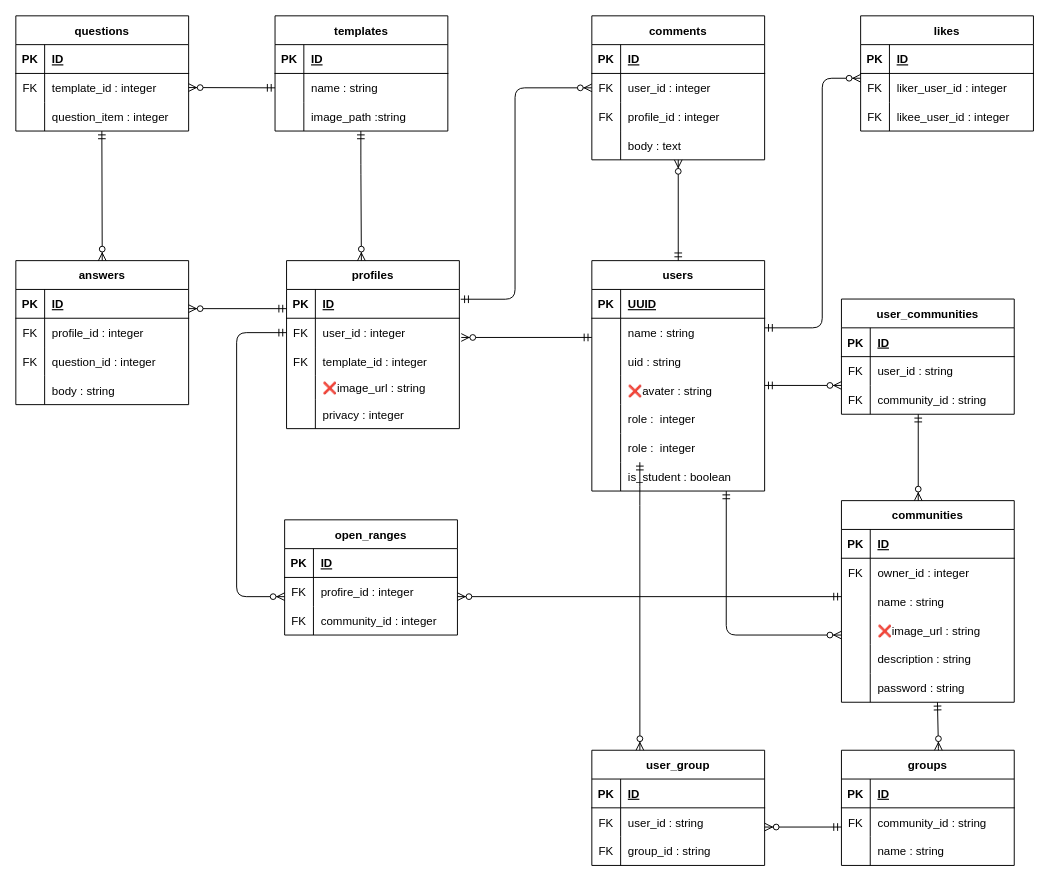
Before: kadai/ER_ver2.drawio in mitsu30/Read_me_backend, a draw.io diagram. Source tidied: cells renumbered, new cells numbered last; positions are measured from the earlier drawing's top-left corner, leaving out a move shared by most shapes. Both pictures are drawn from the tidied source at 96%, with x=0, y=0 at pixel (15, 15).
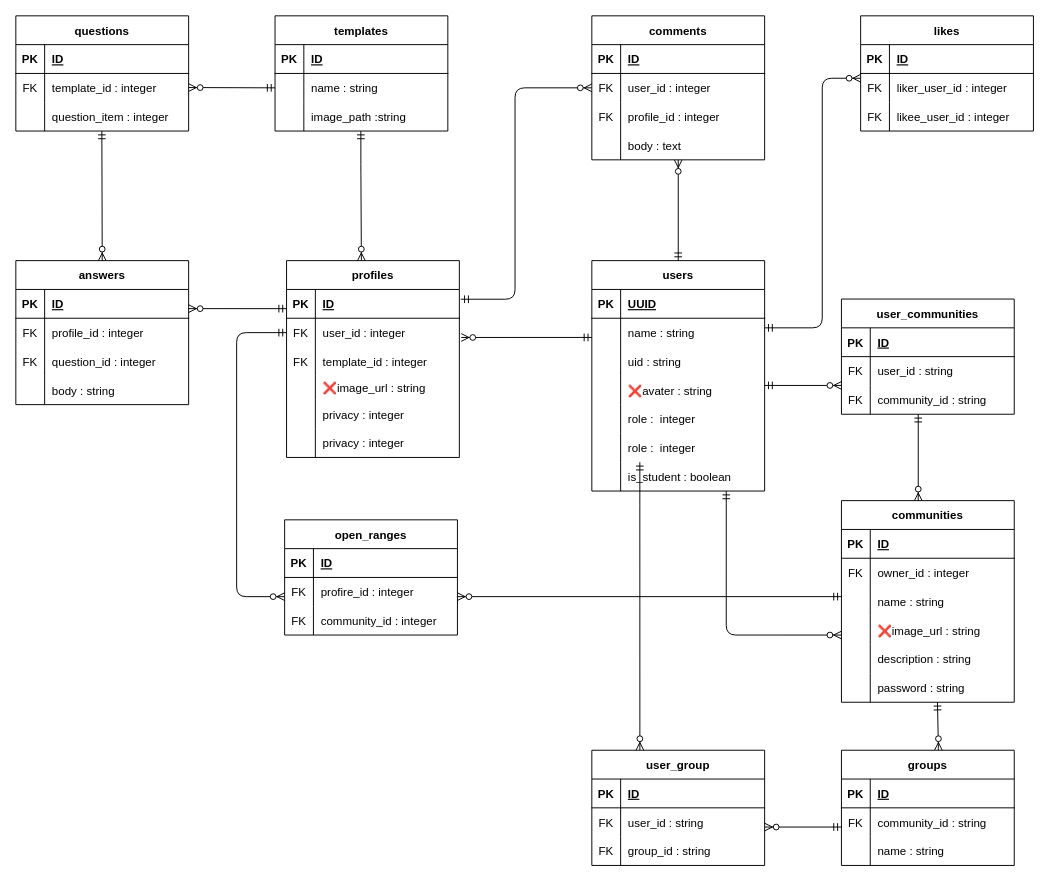
Above is the later version.

Diff of the diagram source:
```diff
@@
     <mxCell id="24" value="profiles" style="shape=table;startSize=30;childLayout=tableLayout;rowLines=0;fontStyle=1;align=center;" parent="1" vertex="1">
-      <mxGeometry x="282" y="255" width="180" height="175" as="geometry" />
+      <mxGeometry x="282" y="255" width="180" height="205" as="geometry" />
     </mxCell>
@@
+    <mxCell id="171" style="shape=tableRow;horizontal=0;startSize=0;swimlaneHead=0;swimlaneBody=0;fillColor=none;top=0;left=0;right=0;bottom=0;" parent="24" vertex="1">
+      <mxGeometry y="175" width="180" height="30" as="geometry" />
+    </mxCell>
+    <mxCell id="172" style="shape=partialRectangle;fillColor=none;top=0;left=0;bottom=0;right=0;overflow=hidden;" parent="171" vertex="1">
+      <mxGeometry width="30" height="30" as="geometry" />
+    </mxCell>
+    <mxCell id="173" value="privacy : integer" style="shape=partialRectangle;fillColor=none;top=0;left=0;bottom=0;right=0;align=left;spacingLeft=6;overflow=hidden;" parent="171" vertex="1">
+      <mxGeometry x="30" width="150" height="30" as="geometry" />
+    </mxCell>
```
